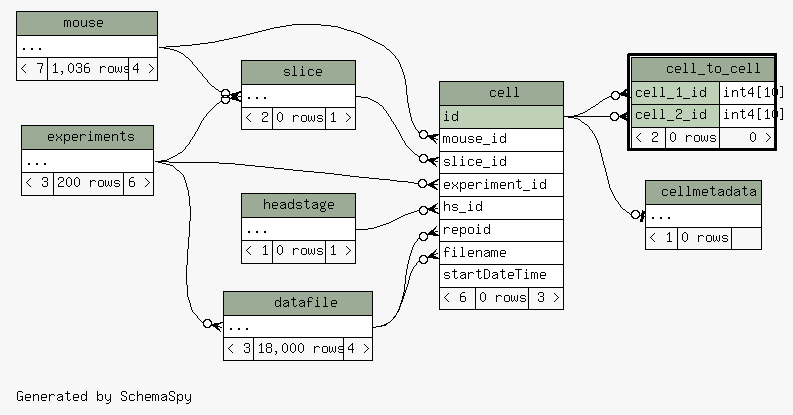
Above: database/ss/diagrams/cell_to_cell.2degrees.png in tgbugs/mlab (Graphviz), before the change. Its source is kept beside it as database/ss/diagrams/cell_to_cell.2degrees.dot.
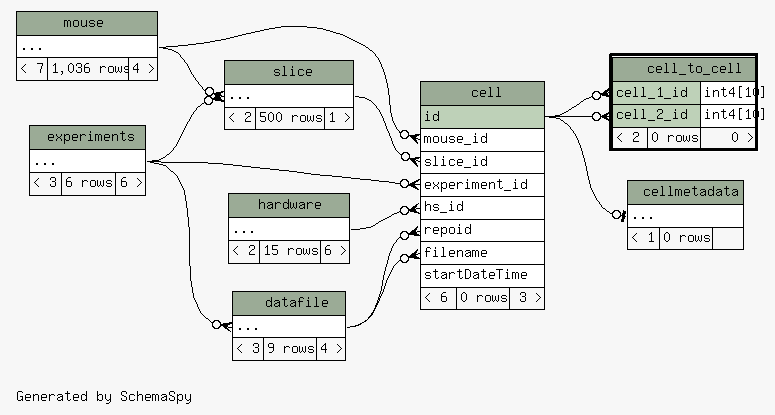
The same diagram one commit later.

What changed in the source:
```diff
@@ -19,7 +19,7 @@
   ];
   "cell":"experiment_id":w -> "experiments":"elipses":e [arrowhead=none dir=back arrowtail=crowodot];
   "cell":"filename":w -> "datafile":"elipses":e [arrowhead=none dir=back arrowtail=crowodot];
-  "cell":"hs_id":w -> "headstage":"elipses":e [arrowhead=none dir=back arrowtail=crowodot];
+  "cell":"hs_id":w -> "hardware":"elipses":e [arrowhead=none dir=back arrowtail=crowodot];
   "cell":"mouse_id":w -> "mouse":"elipses":e [arrowhead=none dir=back arrowtail=crowodot];
   "cell":"repoid":w -> "datafile":"elipses":e [arrowhead=none dir=back arrowtail=crowodot];
   "cell":"slice_id":w -> "slice":"elipses":e [arrowhead=none dir=back arrowtail=crowodot];
@@ -72,7 +72,7 @@
     <TABLE BORDER="0" CELLBORDER="1" CELLSPACING="0" BGCOLOR="#ffffff">
       <TR><TD COLSPAN="3" BGCOLOR="#9bab96" ALIGN="CENTER">datafile</TD></TR>
       <TR><TD PORT="elipses" COLSPAN="3" ALIGN="LEFT">...</TD></TR>
-      <TR><TD ALIGN="LEFT" BGCOLOR="#f7f7f7">&lt; 3</TD><TD ALIGN="RIGHT" BGCOLOR="#f7f7f7">18,000 rows</TD><TD ALIGN="RIGHT" BGCOLOR="#f7f7f7">4 &gt;</TD></TR>
+      <TR><TD ALIGN="LEFT" BGCOLOR="#f7f7f7">&lt; 3</TD><TD ALIGN="RIGHT" BGCOLOR="#f7f7f7">9 rows</TD><TD ALIGN="RIGHT" BGCOLOR="#f7f7f7">4 &gt;</TD></TR>
     </TABLE>>
     URL="datafile.html"
     tooltip="datafile"
@@ -82,20 +82,20 @@
     <TABLE BORDER="0" CELLBORDER="1" CELLSPACING="0" BGCOLOR="#ffffff">
       <TR><TD COLSPAN="3" BGCOLOR="#9bab96" ALIGN="CENTER">experiments</TD></TR>
       <TR><TD PORT="elipses" COLSPAN="3" ALIGN="LEFT">...</TD></TR>
-      <TR><TD ALIGN="LEFT" BGCOLOR="#f7f7f7">&lt; 3</TD><TD ALIGN="RIGHT" BGCOLOR="#f7f7f7">200 rows</TD><TD ALIGN="RIGHT" BGCOLOR="#f7f7f7">6 &gt;</TD></TR>
+      <TR><TD ALIGN="LEFT" BGCOLOR="#f7f7f7">&lt; 3</TD><TD ALIGN="RIGHT" BGCOLOR="#f7f7f7">6 rows</TD><TD ALIGN="RIGHT" BGCOLOR="#f7f7f7">6 &gt;</TD></TR>
     </TABLE>>
     URL="experiments.html"
     tooltip="experiments"
   ];
-  "headstage" [
+  "hardware" [
     label=<
     <TABLE BORDER="0" CELLBORDER="1" CELLSPACING="0" BGCOLOR="#ffffff">
-      <TR><TD COLSPAN="3" BGCOLOR="#9bab96" ALIGN="CENTER">headstage</TD></TR>
+      <TR><TD COLSPAN="3" BGCOLOR="#9bab96" ALIGN="CENTER">hardware</TD></TR>
       <TR><TD PORT="elipses" COLSPAN="3" ALIGN="LEFT">...</TD></TR>
-      <TR><TD ALIGN="LEFT" BGCOLOR="#f7f7f7">&lt; 1</TD><TD ALIGN="RIGHT" BGCOLOR="#f7f7f7">0 rows</TD><TD ALIGN="RIGHT" BGCOLOR="#f7f7f7">1 &gt;</TD></TR>
+      <TR><TD ALIGN="LEFT" BGCOLOR="#f7f7f7">&lt; 2</TD><TD ALIGN="RIGHT" BGCOLOR="#f7f7f7">15 rows</TD><TD ALIGN="RIGHT" BGCOLOR="#f7f7f7">6 &gt;</TD></TR>
     </TABLE>>
-    URL="headstage.html"
-    tooltip="headstage"
+    URL="hardware.html"
+    tooltip="hardware"
   ];
   "mouse" [
     label=<
@@ -112,7 +112,7 @@
     <TABLE BORDER="0" CELLBORDER="1" CELLSPACING="0" BGCOLOR="#ffffff">
       <TR><TD COLSPAN="3" BGCOLOR="#9bab96" ALIGN="CENTER">slice</TD></TR>
       <TR><TD PORT="elipses" COLSPAN="3" ALIGN="LEFT">...</TD></TR>
-      <TR><TD ALIGN="LEFT" BGCOLOR="#f7f7f7">&lt; 2</TD><TD ALIGN="RIGHT" BGCOLOR="#f7f7f7">0 rows</TD><TD ALIGN="RIGHT" BGCOLOR="#f7f7f7">1 &gt;</TD></TR>
+      <TR><TD ALIGN="LEFT" BGCOLOR="#f7f7f7">&lt; 2</TD><TD ALIGN="RIGHT" BGCOLOR="#f7f7f7">500 rows</TD><TD ALIGN="RIGHT" BGCOLOR="#f7f7f7">1 &gt;</TD></TR>
     </TABLE>>
     URL="slice.html"
     tooltip="slice"
```
